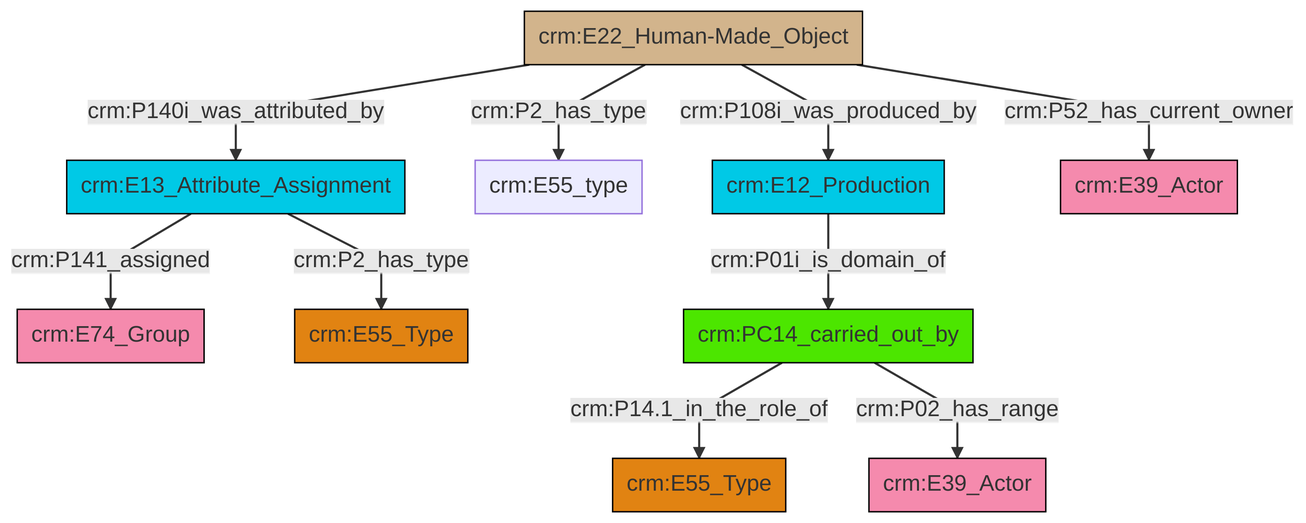
The Mermaid diagram et/builtWorkCSV/ttl/mmd/png/Built_Work_actor_relations.png in swiss-art-research-net/docs.swissartresearch, before a commit. Its source is kept beside it as et/builtWorkCSV/ttl/mmd/Built_Work_actor_relations.ttl.mmd.
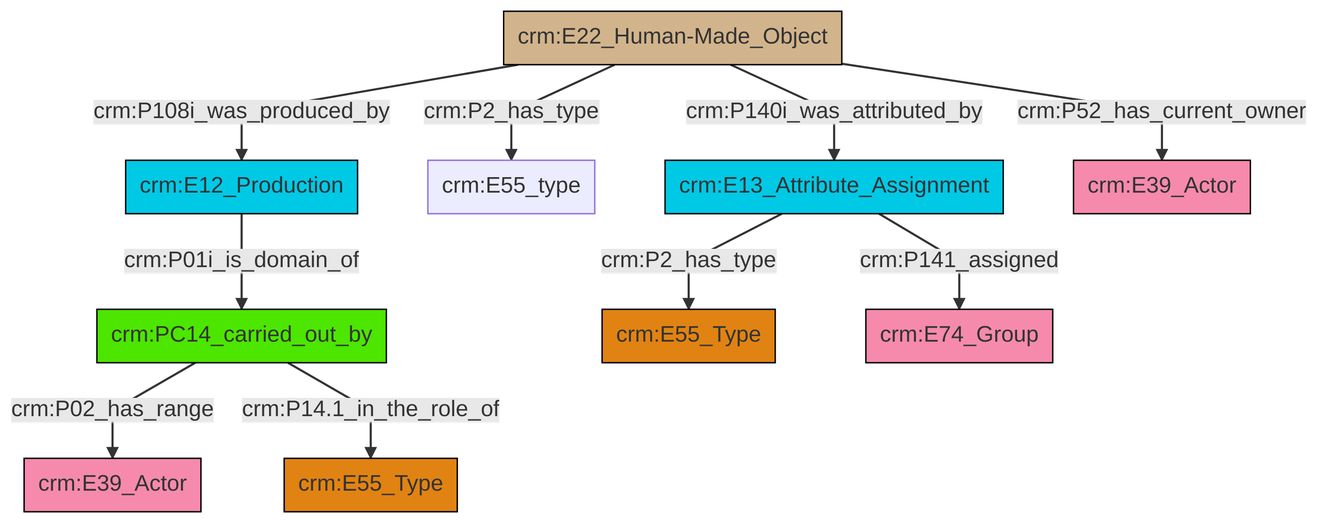
After the change.

Diff of the diagram source:
```diff
@@ -13,12 +13,12 @@
 classDef PC_Classes fill:#4ce600, stroke:#000000;
 classDef Multi fill:#cccccc,stroke:#000000;
 
-12["crm:E22_Human-Made_Object"]:::Physical_Thing -->|crm:P140i_was_attributed_by| 4["crm:E13_Attribute_Assignment"]:::Temporal_Entity
-8["crm:PC14_carried_out_by"]:::PC_Classes -->|crm:P14.1_in_the_role_of| 14["crm:E55_Type"]:::Type
-6["crm:E12_Production"]:::Temporal_Entity -->|crm:P01i_is_domain_of| 8["crm:PC14_carried_out_by"]:::PC_Classes
-4["crm:E13_Attribute_Assignment"]:::Temporal_Entity -->|crm:P141_assigned| 15["crm:E74_Group"]:::Actor
-12["crm:E22_Human-Made_Object"]:::Physical_Thing -->|crm:P2_has_type| 17["crm:E55_type"]:::Default
-12["crm:E22_Human-Made_Object"]:::Physical_Thing -->|crm:P108i_was_produced_by| 6["crm:E12_Production"]:::Temporal_Entity
-8["crm:PC14_carried_out_by"]:::PC_Classes -->|crm:P02_has_range| 2["crm:E39_Actor"]:::Actor
-4["crm:E13_Attribute_Assignment"]:::Temporal_Entity -->|crm:P2_has_type| 0["crm:E55_Type"]:::Type
-12["crm:E22_Human-Made_Object"]:::Physical_Thing -->|crm:P52_has_current_owner| 10["crm:E39_Actor"]:::Actor
+0["crm:E22_Human-Made_Object"]:::Physical_Thing -->|crm:P140i_was_attributed_by| 1["crm:E13_Attribute_Assignment"]:::Temporal_Entity
+2["crm:PC14_carried_out_by"]:::PC_Classes -->|crm:P02_has_range| 3["crm:E39_Actor"]:::Actor
+0["crm:E22_Human-Made_Object"]:::Physical_Thing -->|crm:P2_has_type| 4["crm:E55_type"]:::Default
+1["crm:E13_Attribute_Assignment"]:::Temporal_Entity -->|crm:P2_has_type| 5["crm:E55_Type"]:::Type
+0["crm:E22_Human-Made_Object"]:::Physical_Thing -->|crm:P108i_was_produced_by| 10["crm:E12_Production"]:::Temporal_Entity
+0["crm:E22_Human-Made_Object"]:::Physical_Thing -->|crm:P52_has_current_owner| 13["crm:E39_Actor"]:::Actor
+2["crm:PC14_carried_out_by"]:::PC_Classes -->|crm:P14.1_in_the_role_of| 6["crm:E55_Type"]:::Type
+1["crm:E13_Attribute_Assignment"]:::Temporal_Entity -->|crm:P141_assigned| 8["crm:E74_Group"]:::Actor
+10["crm:E12_Production"]:::Temporal_Entity -->|crm:P01i_is_domain_of| 2["crm:PC14_carried_out_by"]:::PC_Classes
```
